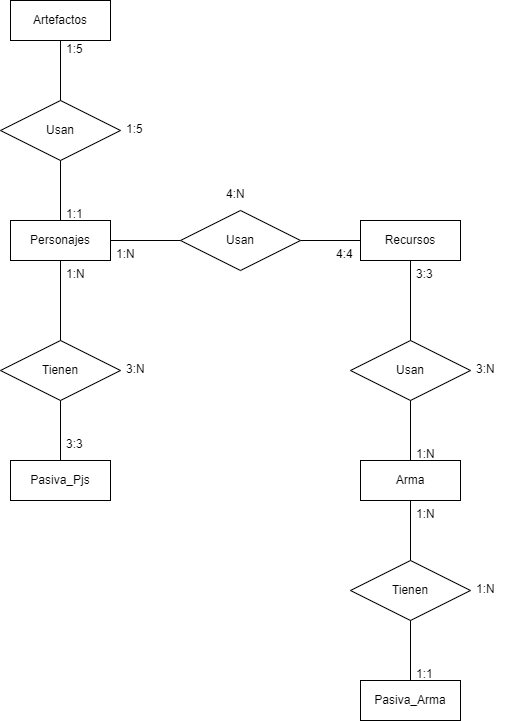
This is Imgs/Diagrama Entidad-Relacion.png from TomNARiz/proyecto-ets-daw, a draw.io export, as it was before one commit. Source tidied: cells renumbered, new cells last; positions are measured from the earlier drawing's top-left corner, leaving out a move shared by most shapes.
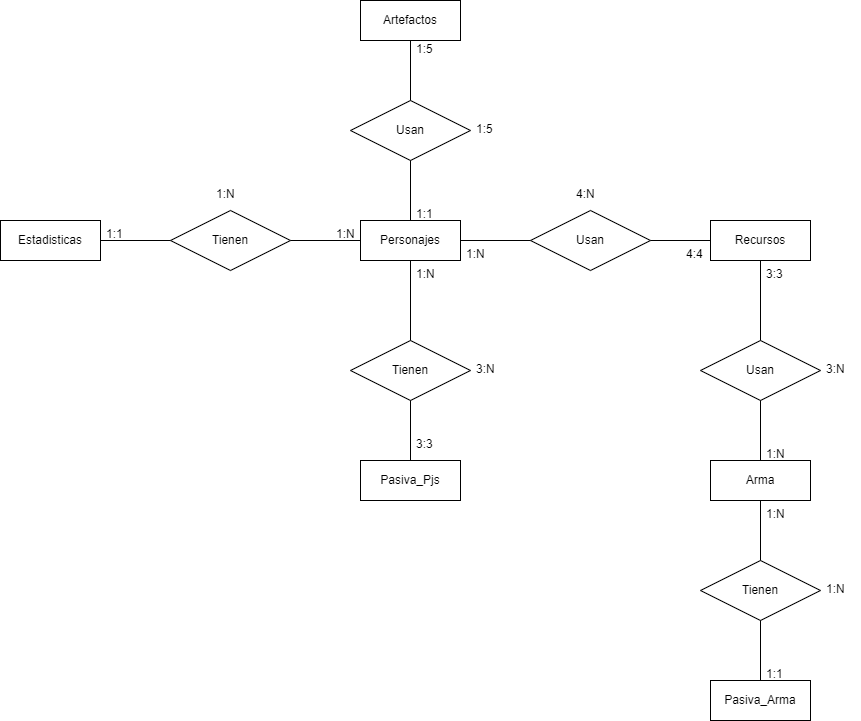
Later version of the same file.

The edit, as a diff of the source:
```diff
@@ -110,5 +110,26 @@
     <mxCell id="37" value="1:5" style="text;strokeColor=none;fillColor=none;spacingLeft=4;spacingRight=4;overflow=hidden;fontSize=12;" parent="1" vertex="1">
       <mxGeometry x="120" y="115" width="40" height="30" as="geometry" />
     </mxCell>
+    <mxCell id="38" value="Estadisticas" style="whiteSpace=wrap;html=1;align=center;" parent="1" vertex="1">
+      <mxGeometry x="-350" y="220" width="100" height="40" as="geometry" />
+    </mxCell>
+    <mxCell id="39" value="Tienen" style="shape=rhombus;perimeter=rhombusPerimeter;whiteSpace=wrap;html=1;align=center;" parent="1" vertex="1">
+      <mxGeometry x="-180" y="210" width="120" height="60" as="geometry" />
+    </mxCell>
+    <mxCell id="40" style="endArrow=none;html=1;rounded=0;entryX=0;entryY=0.5;entryDx=0;entryDy=0;exitX=1;exitY=0.5;exitDx=0;exitDy=0;" parent="1" edge="1" source="38" target="39">
+      <mxGeometry relative="1" as="geometry" />
+    </mxCell>
+    <mxCell id="41" style="endArrow=none;html=1;rounded=0;exitX=0;exitY=0.5;exitDx=0;exitDy=0;entryX=1;entryY=0.5;entryDx=0;entryDy=0;" parent="1" edge="1" source="4" target="39">
+      <mxGeometry relative="1" as="geometry" />
+    </mxCell>
+    <mxCell id="42" value="1:N" style="text;strokeColor=none;fillColor=none;spacingLeft=4;spacingRight=4;overflow=hidden;fontSize=12;" parent="1" vertex="1">
+      <mxGeometry x="-20" y="220" width="40" height="30" as="geometry" />
+    </mxCell>
+    <mxCell id="43" value="1:1" style="text;strokeColor=none;fillColor=none;spacingLeft=4;spacingRight=4;overflow=hidden;fontSize=12;" parent="1" vertex="1">
+      <mxGeometry x="-250" y="220" width="40" height="30" as="geometry" />
+    </mxCell>
+    <mxCell id="44" value="1:N" style="text;strokeColor=none;fillColor=none;spacingLeft=4;spacingRight=4;overflow=hidden;fontSize=12;" parent="1" vertex="1">
+      <mxGeometry x="-140" y="180" width="40" height="30" as="geometry" />
+    </mxCell>
   </root>
 </mxGraphModel>
```
